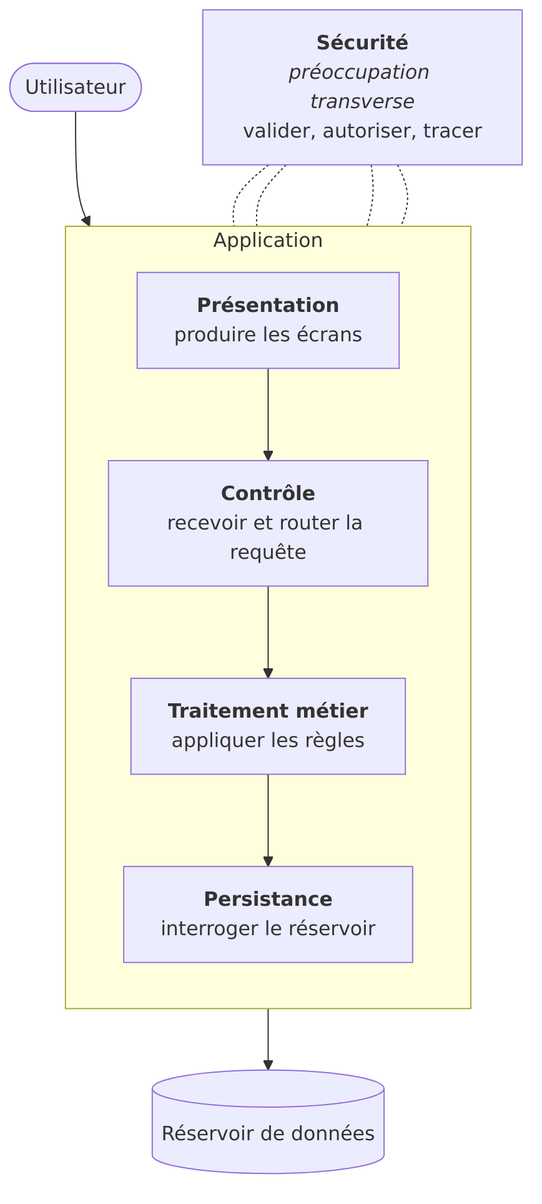
Before: docs/conception/diagrammes/architecture-couches.png, a diagram exported from Mermaid (sgahovey/creaslot). Its source is kept beside it as docs/conception/diagrammes/architecture-couches.mermaid. The source it was exported from:
```mermaid
flowchart TB
    UTIL(["Utilisateur"])

    subgraph app["Application"]
        direction TB
        PRES["<b>Présentation</b><br/>produire les écrans"]
        CTRL["<b>Contrôle</b><br/>recevoir et router la requête"]
        METIER["<b>Traitement métier</b><br/>appliquer les règles"]
        PERS["<b>Persistance</b><br/>interroger le réservoir"]
    end

    SEC["<b>Sécurité</b><br/><i>préoccupation transverse</i><br/>valider, autoriser, tracer"]

    DONNEES[("Réservoir de données")]

    UTIL --> PRES
    PRES --> CTRL
    CTRL --> METIER
    METIER --> PERS
    PERS --> DONNEES

    SEC -.- PRES
    SEC -.- CTRL
    SEC -.- METIER
    SEC -.- PERS
```
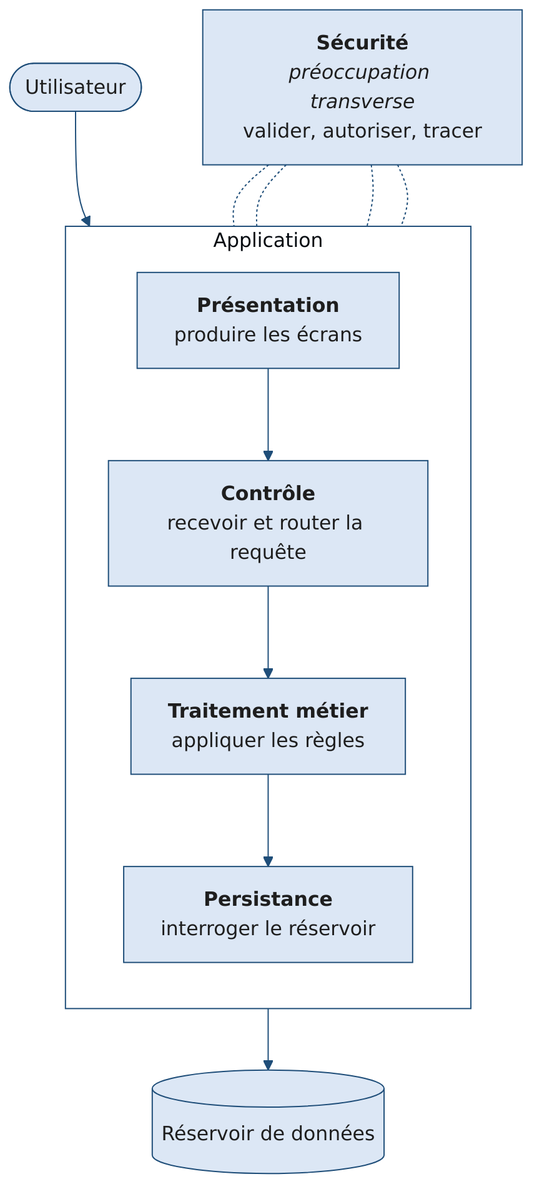
Above is the later version.

The edit, as a diff of the source:
```diff
@@ -1,3 +1,14 @@
+---
+config:
+  theme: base
+  themeVariables:
+    primaryColor: '#DCE7F5'
+    primaryBorderColor: '#1F4E79'
+    primaryTextColor: '#1E1E1E'
+    lineColor: '#1F4E79'
+    clusterBkg: '#FFFFFF'
+    clusterBorder: '#1F4E79'
+---
 flowchart TB
     UTIL(["Utilisateur"])
 
```
